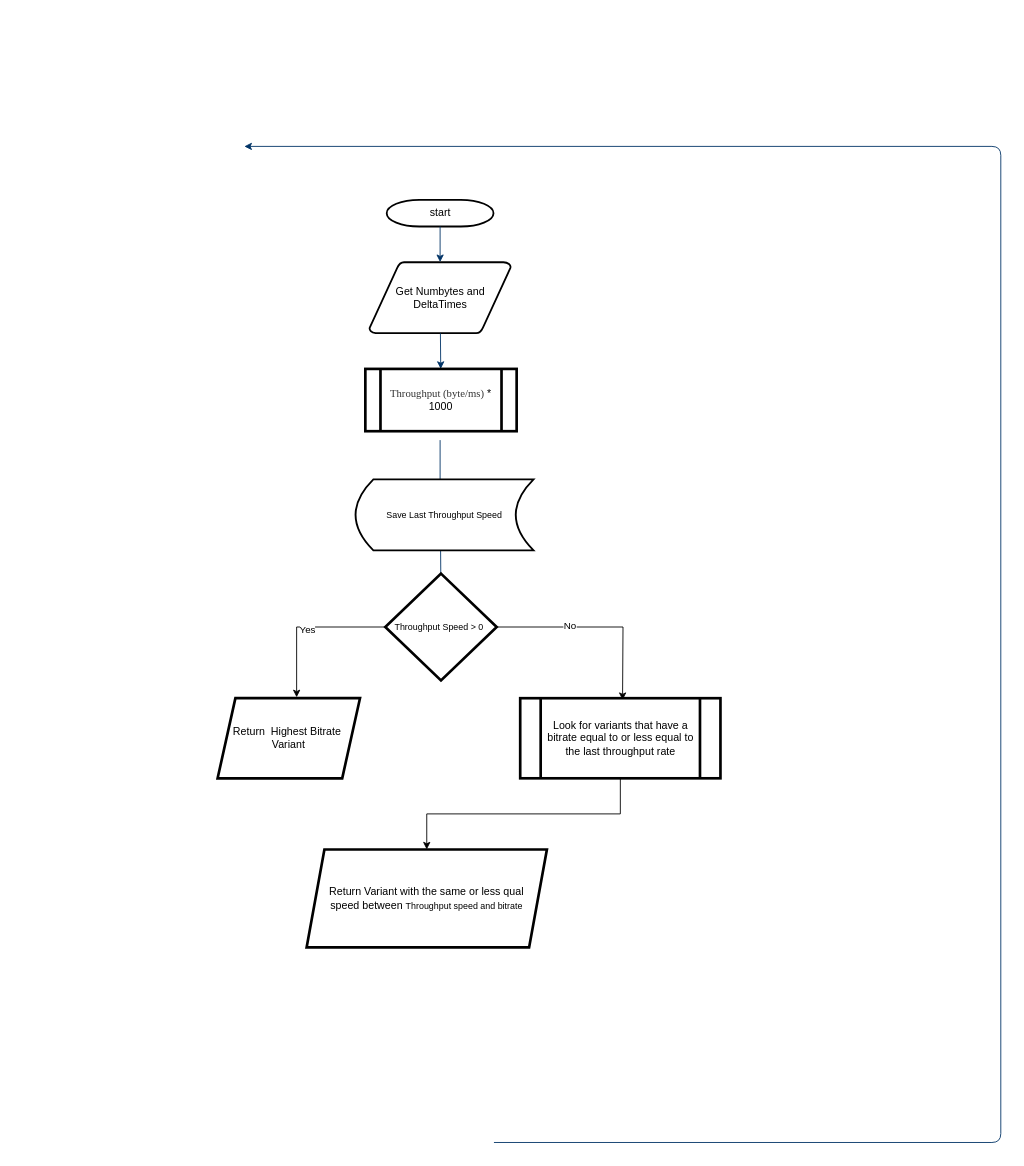
This is abr/Untitled Diagram.drawio from Bilsyp/next-ndn-v1, a draw.io file, before an edit. Source tidied: cells renumbered, new cells numbered last; positions are measured from the earlier drawing's top-left corner, leaving out a move shared by most shapes. Both pictures are drawn from the tidied source at 89%, with x=0, y=0 at pixel (217, 146).
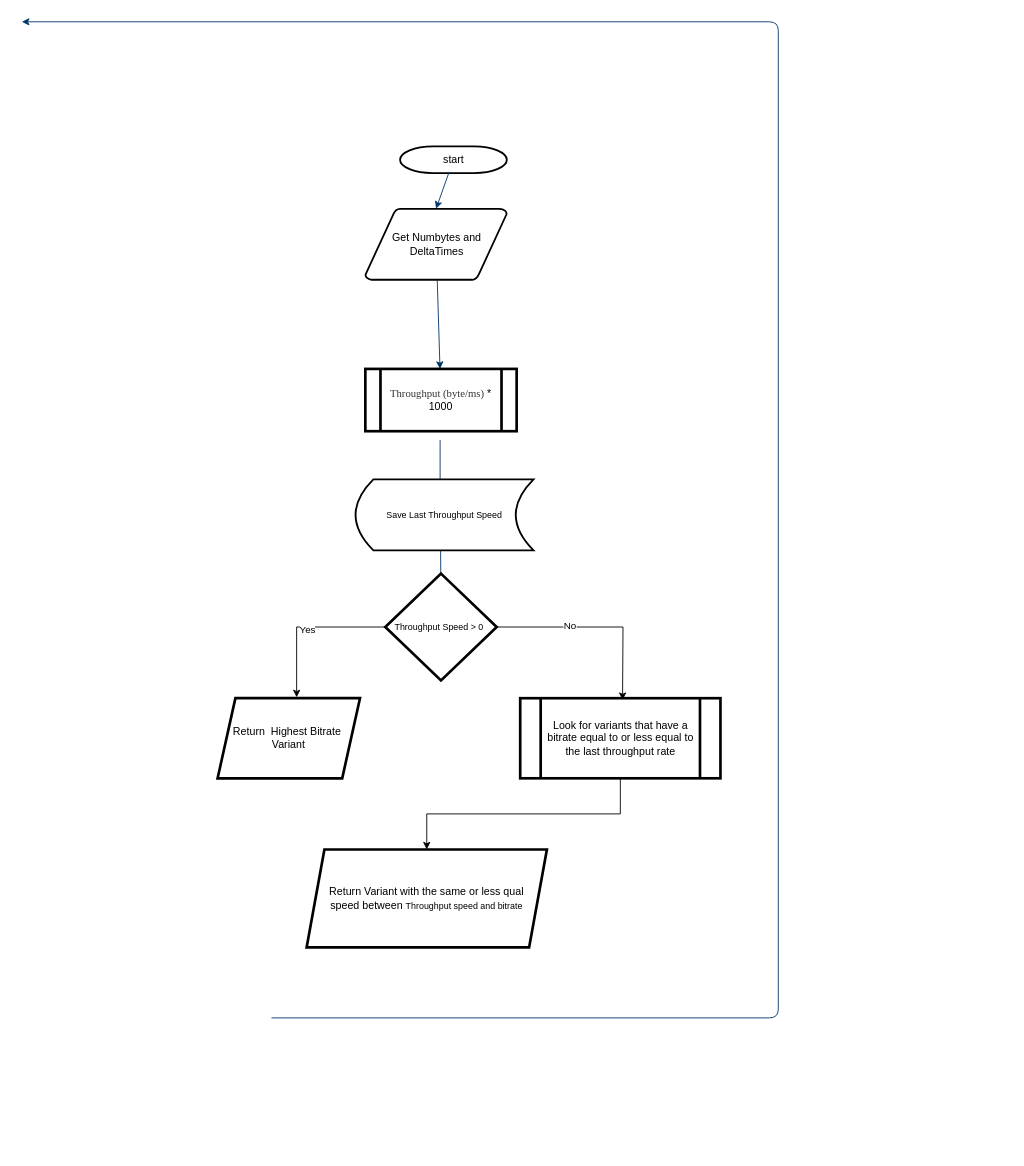
The same page after the edit.

The edit, as a diff of the source:
```diff
@@
     <mxCell id="2" value="start" style="shape=mxgraph.flowchart.terminator;strokeWidth=2;gradientColor=none;gradientDirection=north;fontStyle=0;html=1;" parent="1" vertex="1">
-      <mxGeometry x="190" y="60" width="120" height="30" as="geometry" />
+      <mxGeometry x="205" width="120" height="30" as="geometry" />
     </mxCell>
     <mxCell id="3" value="Get Numbytes and&lt;div&gt;DeltaTimes&lt;/div&gt;" style="shape=mxgraph.flowchart.data;strokeWidth=2;gradientColor=none;gradientDirection=north;fontStyle=0;html=1;" parent="1" vertex="1">
-      <mxGeometry x="170.5" y="130" width="159" height="80" as="geometry" />
+      <mxGeometry x="166" y="70" width="159" height="80" as="geometry" />
     </mxCell>
-    <mxCell id="4" style="fontStyle=1;strokeColor=#003366;strokeWidth=1;html=1;" parent="1" edge="1" source="2" target="3">
+    <mxCell id="4" style="fontStyle=1;strokeColor=#003366;strokeWidth=1;html=1;entryX=0.5;entryY=0;entryDx=0;entryDy=0;entryPerimeter=0;" parent="1" edge="1" source="2" target="3">
       <mxGeometry relative="1" as="geometry" />
     </mxCell>
@@
     <mxCell id="9" style="edgeStyle=elbowEdgeStyle;elbow=horizontal;exitX=1;exitY=0.5;exitPerimeter=0;entryX=0.905;entryY=0.5;entryPerimeter=0;fontStyle=1;strokeColor=#003366;strokeWidth=1;html=1;" parent="1" edge="1">
       <mxGeometry as="geometry">
-        <mxPoint x="310.5" y="1119.2" as="sourcePoint" />
-        <mxPoint x="30" as="targetPoint" />
+        <mxPoint x="60.5" y="979.2" as="sourcePoint" />
+        <mxPoint x="-220" y="-140" as="targetPoint" />
         <Array as="points">
-          <mxPoint x="880" y="1320" />
+          <mxPoint x="630" y="1180" />
         </Array>
       </mxGeometry>
     </mxCell>
```
